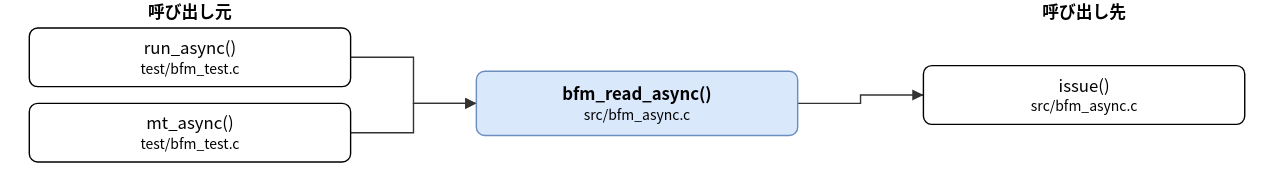
hf355051012-ai/bfmem keeps this draw.io diagram as doc/spec/images/call_src_bfm_async-bfm_read_async.drawio.svg. Above is the earlier version. Source tidied: cells renumbered, new cells last; positions are measured from the earlier drawing's top-left corner, leaving out a move shared by most shapes. Its diagram source:
```xml
<mxGraphModel>
  <root>
    <mxCell id="0" />
    <mxCell id="1" parent="0" />
    <mxCell id="2" value="bfm_read_async()&lt;br&gt;&lt;font style=&quot;font-size:10px&quot;&gt;src/bfm_async.c&lt;/font&gt;" style="rounded=1;whiteSpace=wrap;html=1;fillColor=#dae8fc;strokeColor=#6c8ebf;fontStyle=1;" parent="1" vertex="1">
      <mxGeometry x="320" y="51" width="230" height="46" as="geometry" />
    </mxCell>
    <mxCell id="3" value="run_async()&lt;br&gt;&lt;font style=&quot;font-size:10px&quot;&gt;test/bfm_test.c&lt;/font&gt;" style="rounded=1;whiteSpace=wrap;html=1;" parent="1" vertex="1">
      <mxGeometry y="20" width="230" height="42" as="geometry" />
    </mxCell>
    <mxCell id="4" value="mt_async()&lt;br&gt;&lt;font style=&quot;font-size:10px&quot;&gt;test/bfm_test.c&lt;/font&gt;" style="rounded=1;whiteSpace=wrap;html=1;" parent="1" vertex="1">
      <mxGeometry y="74" width="230" height="42" as="geometry" />
    </mxCell>
    <mxCell id="5" value="issue()&lt;br&gt;&lt;font style=&quot;font-size:10px&quot;&gt;src/bfm_async.c&lt;/font&gt;" style="rounded=1;whiteSpace=wrap;html=1;" parent="1" vertex="1">
      <mxGeometry x="640" y="47" width="230" height="42" as="geometry" />
    </mxCell>
    <mxCell id="6" style="edgeStyle=none;html=1;rounded=0;endArrow=block;endFill=1;exitX=1.0000;exitY=0.5000;exitDx=0;exitDy=0;exitPerimeter=0;entryX=0.0000;entryY=0.5000;entryDx=0;entryDy=0;entryPerimeter=0;" parent="1" edge="1" source="3" target="2">
      <mxGeometry relative="1" as="geometry">
        <Array as="points">
          <mxPoint x="275" y="41" />
          <mxPoint x="275" y="74" />
        </Array>
      </mxGeometry>
    </mxCell>
    <mxCell id="7" style="edgeStyle=none;html=1;rounded=0;endArrow=block;endFill=1;exitX=1.0000;exitY=0.5000;exitDx=0;exitDy=0;exitPerimeter=0;entryX=0.0000;entryY=0.5000;entryDx=0;entryDy=0;entryPerimeter=0;" parent="1" edge="1" source="4" target="2">
      <mxGeometry relative="1" as="geometry">
        <Array as="points">
          <mxPoint x="275" y="95" />
          <mxPoint x="275" y="74" />
        </Array>
      </mxGeometry>
    </mxCell>
    <mxCell id="8" style="edgeStyle=none;html=1;rounded=0;endArrow=block;endFill=1;exitX=1.0000;exitY=0.5000;exitDx=0;exitDy=0;exitPerimeter=0;entryX=0.0000;entryY=0.5000;entryDx=0;entryDy=0;entryPerimeter=0;" parent="1" edge="1" source="2" target="5">
      <mxGeometry relative="1" as="geometry">
        <Array as="points">
          <mxPoint x="595" y="74" />
          <mxPoint x="595" y="68" />
        </Array>
      </mxGeometry>
    </mxCell>
    <mxCell id="9" value="呼び出し元" style="text;html=1;align=center;fontStyle=1;" parent="1" vertex="1">
      <mxGeometry x="35" width="160" height="18" as="geometry" />
    </mxCell>
    <mxCell id="10" value="呼び出し先" style="text;html=1;align=center;fontStyle=1;" parent="1" vertex="1">
      <mxGeometry x="675" width="160" height="18" as="geometry" />
    </mxCell>
  </root>
</mxGraphModel>
```
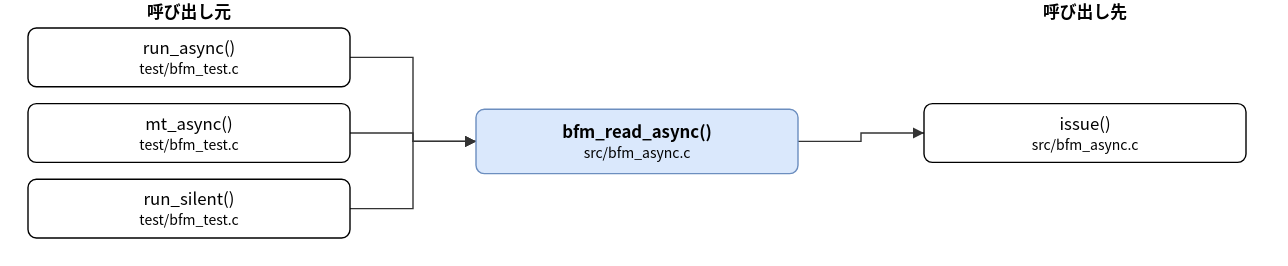
Above is the later version.

Change to the diagram source:
```diff
@@ -3,7 +3,7 @@
     <mxCell id="0" />
     <mxCell id="1" parent="0" />
     <mxCell id="2" value="bfm_read_async()&lt;br&gt;&lt;font style=&quot;font-size:10px&quot;&gt;src/bfm_async.c&lt;/font&gt;" style="rounded=1;whiteSpace=wrap;html=1;fillColor=#dae8fc;strokeColor=#6c8ebf;fontStyle=1;" parent="1" vertex="1">
-      <mxGeometry x="320" y="51" width="230" height="46" as="geometry" />
+      <mxGeometry x="320" y="78" width="230" height="46" as="geometry" />
     </mxCell>
     <mxCell id="3" value="run_async()&lt;br&gt;&lt;font style=&quot;font-size:10px&quot;&gt;test/bfm_test.c&lt;/font&gt;" style="rounded=1;whiteSpace=wrap;html=1;" parent="1" vertex="1">
       <mxGeometry y="20" width="230" height="42" as="geometry" />
@@ -11,14 +11,17 @@
     <mxCell id="4" value="mt_async()&lt;br&gt;&lt;font style=&quot;font-size:10px&quot;&gt;test/bfm_test.c&lt;/font&gt;" style="rounded=1;whiteSpace=wrap;html=1;" parent="1" vertex="1">
       <mxGeometry y="74" width="230" height="42" as="geometry" />
     </mxCell>
+    <mxCell id="11" value="run_silent()&lt;br&gt;&lt;font style=&quot;font-size:10px&quot;&gt;test/bfm_test.c&lt;/font&gt;" style="rounded=1;whiteSpace=wrap;html=1;" parent="1" vertex="1">
+      <mxGeometry y="128" width="230" height="42" as="geometry" />
+    </mxCell>
     <mxCell id="5" value="issue()&lt;br&gt;&lt;font style=&quot;font-size:10px&quot;&gt;src/bfm_async.c&lt;/font&gt;" style="rounded=1;whiteSpace=wrap;html=1;" parent="1" vertex="1">
-      <mxGeometry x="640" y="47" width="230" height="42" as="geometry" />
+      <mxGeometry x="640" y="74" width="230" height="42" as="geometry" />
     </mxCell>
     <mxCell id="6" style="edgeStyle=none;html=1;rounded=0;endArrow=block;endFill=1;exitX=1.0000;exitY=0.5000;exitDx=0;exitDy=0;exitPerimeter=0;entryX=0.0000;entryY=0.5000;entryDx=0;entryDy=0;entryPerimeter=0;" parent="1" edge="1" source="3" target="2">
       <mxGeometry relative="1" as="geometry">
         <Array as="points">
           <mxPoint x="275" y="41" />
-          <mxPoint x="275" y="74" />
+          <mxPoint x="275" y="101" />
         </Array>
       </mxGeometry>
     </mxCell>
@@ -26,18 +29,26 @@
       <mxGeometry relative="1" as="geometry">
         <Array as="points">
           <mxPoint x="275" y="95" />
-          <mxPoint x="275" y="74" />
+          <mxPoint x="275" y="101" />
         </Array>
       </mxGeometry>
     </mxCell>
-    <mxCell id="8" style="edgeStyle=none;html=1;rounded=0;endArrow=block;endFill=1;exitX=1.0000;exitY=0.5000;exitDx=0;exitDy=0;exitPerimeter=0;entryX=0.0000;entryY=0.5000;entryDx=0;entryDy=0;entryPerimeter=0;" parent="1" edge="1" source="2" target="5">
+    <mxCell id="8" style="edgeStyle=none;html=1;rounded=0;endArrow=block;endFill=1;exitX=1.0000;exitY=0.5000;exitDx=0;exitDy=0;exitPerimeter=0;entryX=0.0000;entryY=0.5000;entryDx=0;entryDy=0;entryPerimeter=0;" parent="1" edge="1" source="11" target="2">
       <mxGeometry relative="1" as="geometry">
         <Array as="points">
-          <mxPoint x="595" y="74" />
-          <mxPoint x="595" y="68" />
+          <mxPoint x="275" y="149" />
+          <mxPoint x="275" y="101" />
         </Array>
       </mxGeometry>
     </mxCell>
+    <mxCell id="12" style="edgeStyle=none;html=1;rounded=0;endArrow=block;endFill=1;exitX=1.0000;exitY=0.5000;exitDx=0;exitDy=0;exitPerimeter=0;entryX=0.0000;entryY=0.5000;entryDx=0;entryDy=0;entryPerimeter=0;" parent="1" edge="1" source="2" target="5">
+      <mxGeometry relative="1" as="geometry">
+        <Array as="points">
+          <mxPoint x="595" y="101" />
+          <mxPoint x="595" y="95" />
+        </Array>
+      </mxGeometry>
+    </mxCell>
     <mxCell id="9" value="呼び出し元" style="text;html=1;align=center;fontStyle=1;" parent="1" vertex="1">
       <mxGeometry x="35" width="160" height="18" as="geometry" />
     </mxCell>
```
